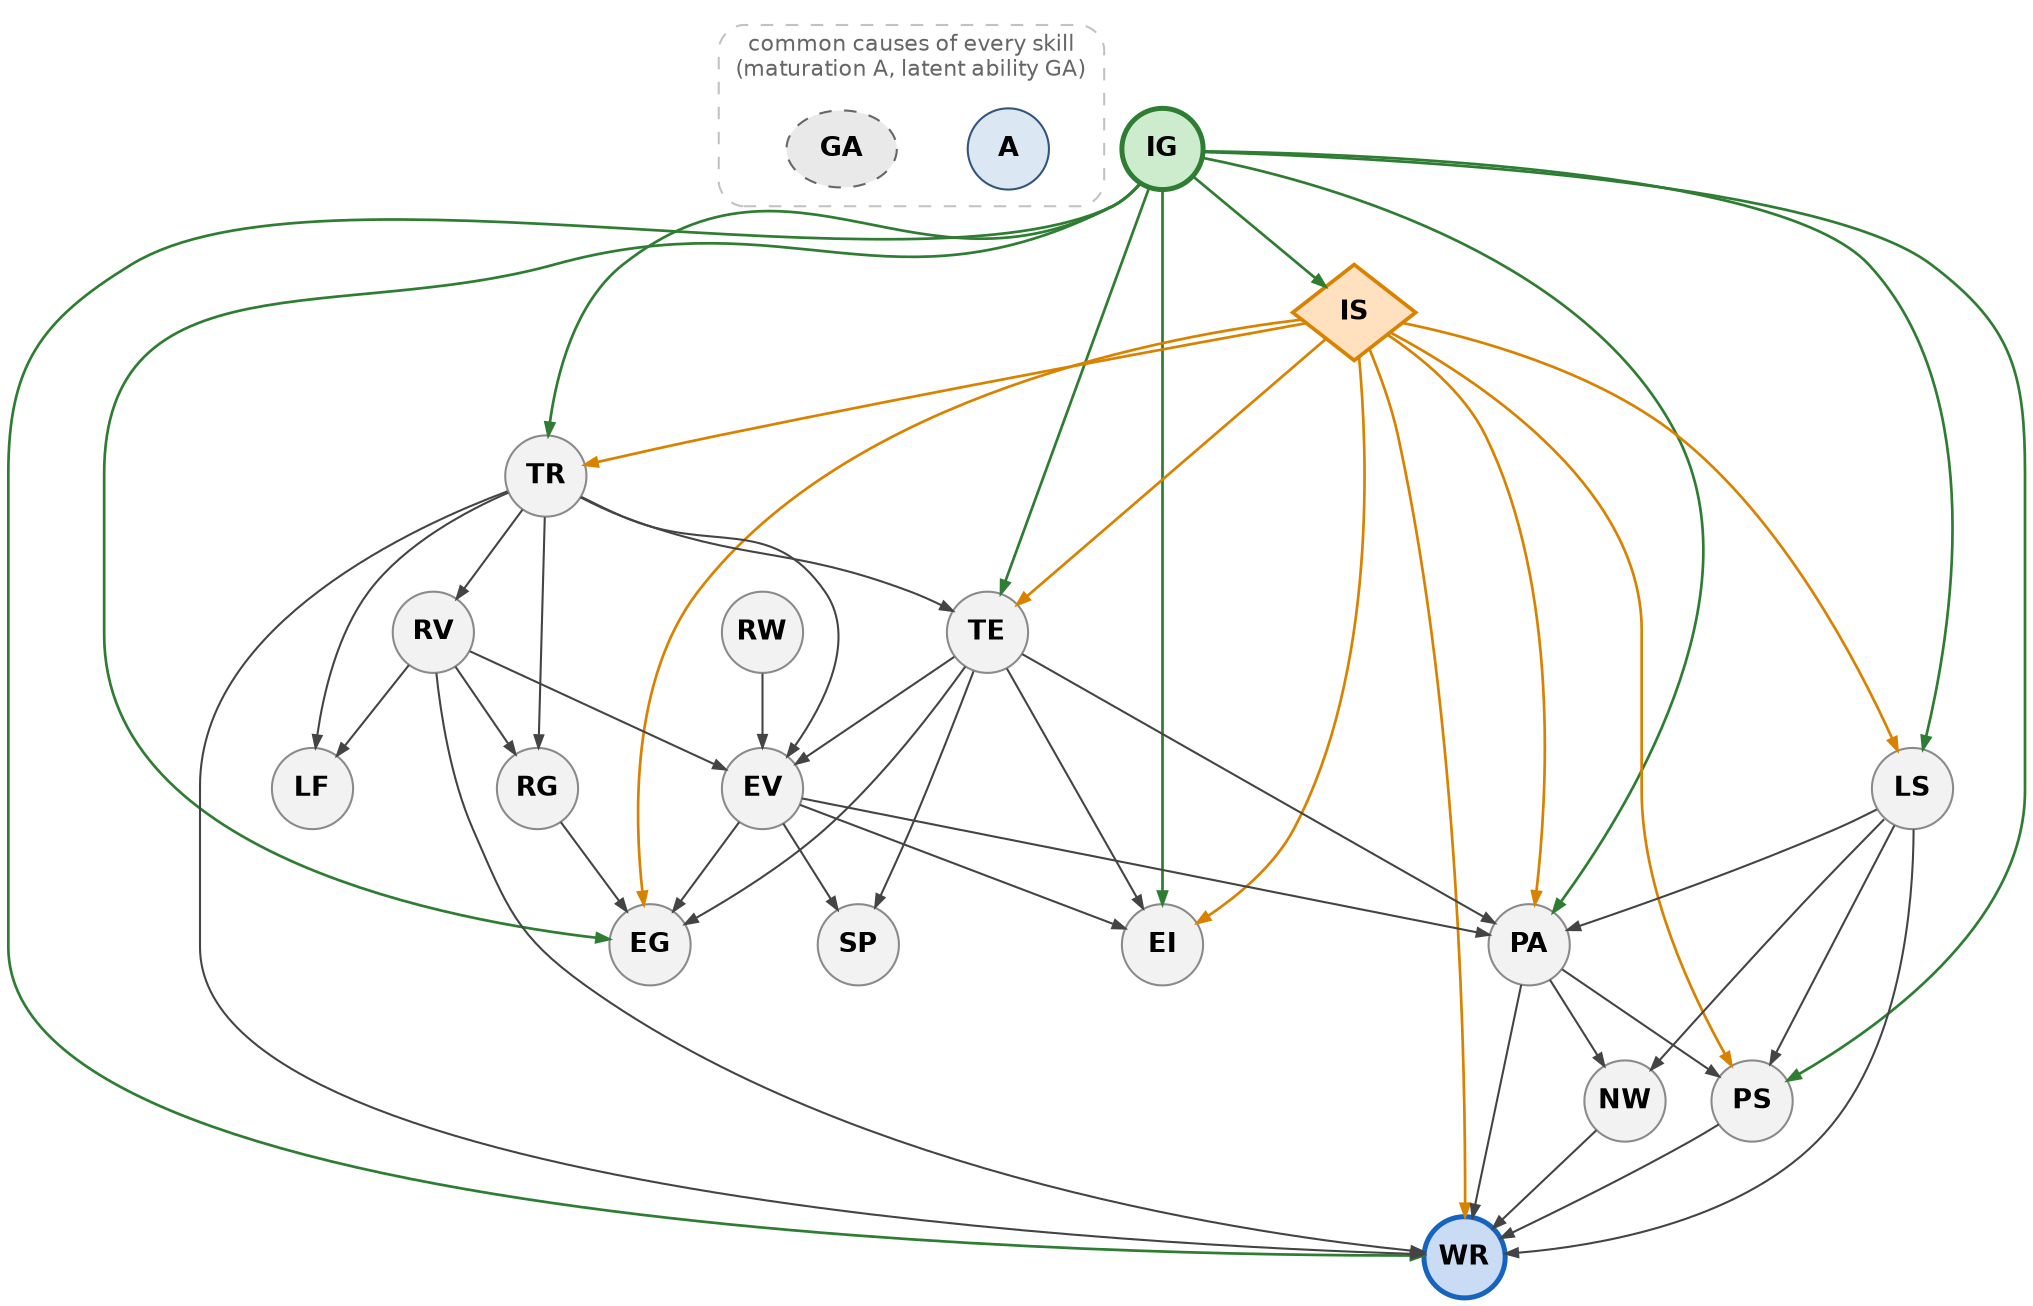
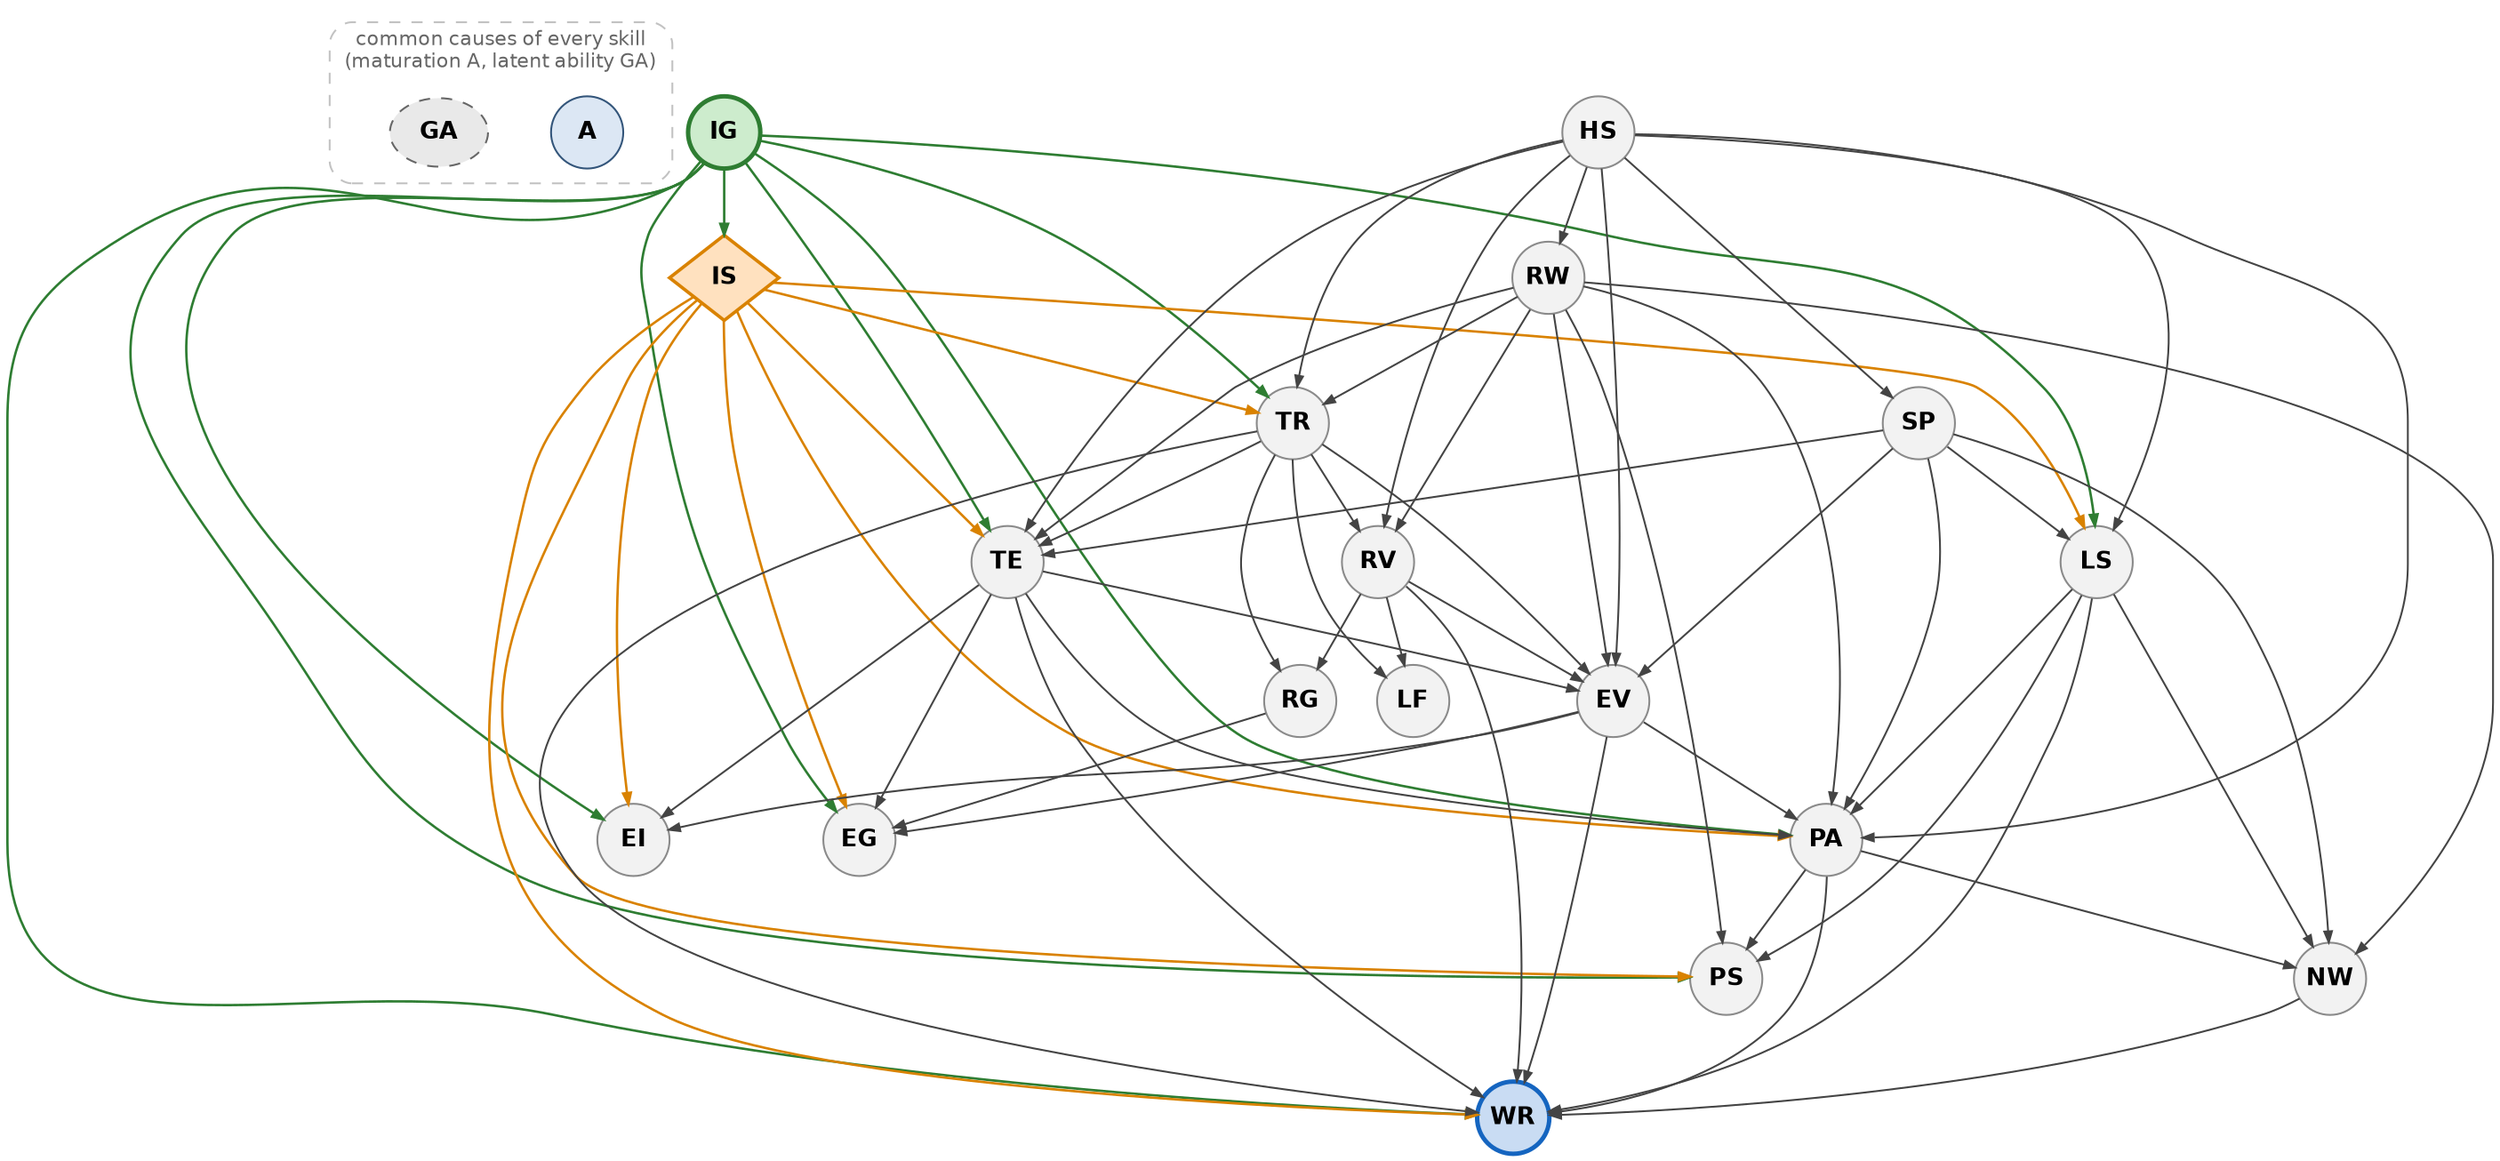
// SPDX-License-Identifier: CC-BY-4.0
// Language & reading causal DAG — figure source for docs/report (Ch 2, fig-dag).
- // Faithful to the locked structure in notes/dag-language-reading.dagitty.
+ // Faithful to the revised structure in dag/dag-language-reading.dagitty
+ // (2026-07-10 team revision, #243/#233): SP reversed to a source, hearing HS added,
+ // RW (phonological memory) widened, direct TE->WR / EV->WR, PS demoted to an outcome.
// Regenerate the figure with:
//   dot -Tpng -Gdpi=200 docs/report/images/dag-language-reading.dot \
//       -o docs/report/images/dag-language-reading.png
digraph DAG {
  rankdir=TB; ranksep=0.5; nodesep=0.30; bgcolor="white";
  node [shape=circle, fixedsize=true, width=0.54, style="filled", fillcolor="#f2f2f2",
        color="#8a8a8a", fontname="Helvetica-Bold", fontsize=13];
  subgraph cluster_cc {
    label="common causes of every skill\n(maturation A, latent ability GA)";
    fontname="Helvetica"; fontsize=10.5; fontcolor="#666666";
    style="dashed,rounded"; color="#c2c2c2"; margin=8;
    A  [fillcolor="#dce7f4", color="#33557a"];
    GA [shape=ellipse, width=0.74, height=0.52, style="filled,dashed", fillcolor="#e9e9e9", color="#666666"];
  }
  IG [fillcolor="#cdeccd", color="#2e7d32", penwidth=2.4];
  IS [shape=diamond, width=0.82, height=0.64, fillcolor="#ffe1bf", color="#d98200", penwidth=1.8];
  WR [fillcolor="#c9dcf3", color="#1565c0", penwidth=2.4];
  edge [color="#2e7d32", style=solid, arrowsize=0.6, penwidth=1.3];
  IG -> { IS TR TE PA LS WR PS EI EG };
  edge [color="#d98200"];
  IS -> { TR TE PA LS WR PS EI EG };
  edge [color="#444444", penwidth=1.0, arrowsize=0.6];
+   HS -> { TR RV TE EV SP RW PA LS };
  TR -> { TE RV EV LF RG WR };
-   TE -> { EV EG EI PA SP };
-   RW -> EV;
+   TE -> { EV EG EI PA WR };
+   RW -> { TE EV TR RV PA NW PS };
  RV -> { EV LF RG WR };
-   EV -> { EG EI PA SP };
+   EV -> { EG EI PA WR };
+   SP -> { TE EV LS PA NW };
  LS -> { NW PA PS WR };
  NW -> WR;
  PA -> { NW WR PS };
-   PS -> WR;
  RG -> EG;
}
